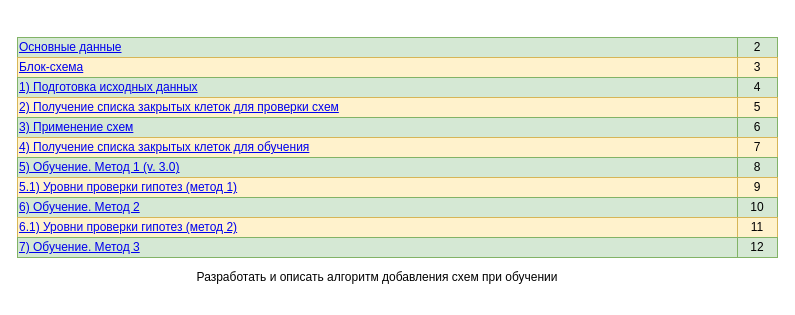
Earlier version of the draw.io diagram page "Оглавление" (1 of 13) of docs/Сапёр. Описание работы.drawio (xex238/Diploma_2022). Source tidied: cells renumbered, new cells numbered last; positions are measured from the earlier drawing's top-left corner, leaving out a move shared by most shapes. Both pictures are drawn from the tidied source at 100%, with x=0, y=0 at pixel (17, 37).
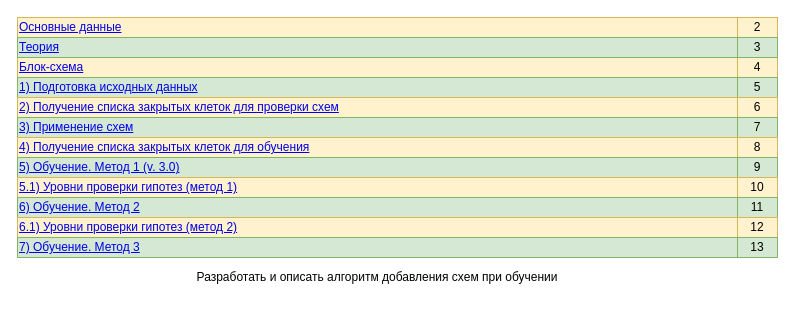
After the change.

Change to the diagram source:
```diff
@@
-    <mxCell id="2" value="&lt;a href=&quot;data:page/id,gWnk2op9RKkyJsoFyHYH&quot;&gt;Основные данные&lt;/a&gt;" style="text;html=1;strokeColor=#82b366;fillColor=#d5e8d4;align=left;verticalAlign=middle;whiteSpace=wrap;rounded=0;" parent="1" vertex="1">
-      <mxGeometry width="720" height="20" as="geometry" />
+    <mxCell id="2" value="&lt;a href=&quot;data:page/id,gWnk2op9RKkyJsoFyHYH&quot;&gt;Основные данные&lt;/a&gt;" style="text;html=1;strokeColor=#d6b656;fillColor=#fff2cc;align=left;verticalAlign=middle;whiteSpace=wrap;rounded=0;" parent="1" vertex="1">
+      <mxGeometry y="-20" width="720" height="20" as="geometry" />
     </mxCell>
-    <mxCell id="3" value="2" style="text;html=1;strokeColor=#82b366;fillColor=#d5e8d4;align=center;verticalAlign=middle;whiteSpace=wrap;rounded=0;" parent="1" vertex="1">
-      <mxGeometry x="720" width="40" height="20" as="geometry" />
+    <mxCell id="3" value="2" style="text;html=1;strokeColor=#d6b656;fillColor=#fff2cc;align=center;verticalAlign=middle;whiteSpace=wrap;rounded=0;" parent="1" vertex="1">
+      <mxGeometry x="720" y="-20" width="40" height="20" as="geometry" />
     </mxCell>
@@
-    <mxCell id="5" value="3" style="text;html=1;strokeColor=#d6b656;fillColor=#fff2cc;align=center;verticalAlign=middle;whiteSpace=wrap;rounded=0;" parent="1" vertex="1">
+    <mxCell id="5" value="4" style="text;html=1;strokeColor=#d6b656;fillColor=#fff2cc;align=center;verticalAlign=middle;whiteSpace=wrap;rounded=0;" parent="1" vertex="1">
       <mxGeometry x="720" y="20" width="40" height="20" as="geometry" />
     </mxCell>
@@
-    <mxCell id="7" value="4" style="text;html=1;strokeColor=#82b366;fillColor=#d5e8d4;align=center;verticalAlign=middle;whiteSpace=wrap;rounded=0;" parent="1" vertex="1">
+    <mxCell id="7" value="5" style="text;html=1;strokeColor=#82b366;fillColor=#d5e8d4;align=center;verticalAlign=middle;whiteSpace=wrap;rounded=0;" parent="1" vertex="1">
       <mxGeometry x="720" y="40" width="40" height="20" as="geometry" />
     </mxCell>
@@
-    <mxCell id="9" value="5" style="text;html=1;strokeColor=#d6b656;fillColor=#fff2cc;align=center;verticalAlign=middle;whiteSpace=wrap;rounded=0;" parent="1" vertex="1">
+    <mxCell id="9" value="6" style="text;html=1;strokeColor=#d6b656;fillColor=#fff2cc;align=center;verticalAlign=middle;whiteSpace=wrap;rounded=0;" parent="1" vertex="1">
       <mxGeometry x="720" y="60" width="40" height="20" as="geometry" />
     </mxCell>
@@
-    <mxCell id="11" value="6" style="text;html=1;strokeColor=#82b366;fillColor=#d5e8d4;align=center;verticalAlign=middle;whiteSpace=wrap;rounded=0;" parent="1" vertex="1">
+    <mxCell id="11" value="7" style="text;html=1;strokeColor=#82b366;fillColor=#d5e8d4;align=center;verticalAlign=middle;whiteSpace=wrap;rounded=0;" parent="1" vertex="1">
       <mxGeometry x="720" y="80" width="40" height="20" as="geometry" />
     </mxCell>
@@
-    <mxCell id="13" value="7" style="text;html=1;strokeColor=#d6b656;fillColor=#fff2cc;align=center;verticalAlign=middle;whiteSpace=wrap;rounded=0;" parent="1" vertex="1">
+    <mxCell id="13" value="8" style="text;html=1;strokeColor=#d6b656;fillColor=#fff2cc;align=center;verticalAlign=middle;whiteSpace=wrap;rounded=0;" parent="1" vertex="1">
       <mxGeometry x="720" y="100" width="40" height="20" as="geometry" />
     </mxCell>
@@
-    <mxCell id="15" value="8" style="text;html=1;strokeColor=#82b366;fillColor=#d5e8d4;align=center;verticalAlign=middle;whiteSpace=wrap;rounded=0;" parent="1" vertex="1">
+    <mxCell id="15" value="9" style="text;html=1;strokeColor=#82b366;fillColor=#d5e8d4;align=center;verticalAlign=middle;whiteSpace=wrap;rounded=0;" parent="1" vertex="1">
       <mxGeometry x="720" y="120" width="40" height="20" as="geometry" />
     </mxCell>
@@
-    <mxCell id="17" value="9" style="text;html=1;strokeColor=#d6b656;fillColor=#fff2cc;align=center;verticalAlign=middle;whiteSpace=wrap;rounded=0;" parent="1" vertex="1">
+    <mxCell id="17" value="10" style="text;html=1;strokeColor=#d6b656;fillColor=#fff2cc;align=center;verticalAlign=middle;whiteSpace=wrap;rounded=0;" parent="1" vertex="1">
       <mxGeometry x="720" y="140" width="40" height="20" as="geometry" />
     </mxCell>
@@
-    <mxCell id="19" value="10" style="text;html=1;strokeColor=#82b366;fillColor=#d5e8d4;align=center;verticalAlign=middle;whiteSpace=wrap;rounded=0;" parent="1" vertex="1">
+    <mxCell id="19" value="11" style="text;html=1;strokeColor=#82b366;fillColor=#d5e8d4;align=center;verticalAlign=middle;whiteSpace=wrap;rounded=0;" parent="1" vertex="1">
       <mxGeometry x="720" y="160" width="40" height="20" as="geometry" />
     </mxCell>
@@
-    <mxCell id="21" value="11" style="text;html=1;strokeColor=#d6b656;fillColor=#fff2cc;align=center;verticalAlign=middle;whiteSpace=wrap;rounded=0;" parent="1" vertex="1">
+    <mxCell id="21" value="12" style="text;html=1;strokeColor=#d6b656;fillColor=#fff2cc;align=center;verticalAlign=middle;whiteSpace=wrap;rounded=0;" parent="1" vertex="1">
       <mxGeometry x="720" y="180" width="40" height="20" as="geometry" />
     </mxCell>
@@
-    <mxCell id="24" value="12" style="text;html=1;strokeColor=#82b366;fillColor=#d5e8d4;align=center;verticalAlign=middle;whiteSpace=wrap;rounded=0;" parent="1" vertex="1">
+    <mxCell id="24" value="13" style="text;html=1;strokeColor=#82b366;fillColor=#d5e8d4;align=center;verticalAlign=middle;whiteSpace=wrap;rounded=0;" parent="1" vertex="1">
       <mxGeometry x="720" y="200" width="40" height="20" as="geometry" />
     </mxCell>
+    <mxCell id="25" value="&lt;a href=&quot;data:page/id,LrUsyC47WsZ2qKhKzM2L&quot;&gt;Теория&lt;/a&gt;" style="text;html=1;strokeColor=#82b366;fillColor=#d5e8d4;align=left;verticalAlign=middle;whiteSpace=wrap;rounded=0;" parent="1" vertex="1">
+      <mxGeometry width="720" height="20" as="geometry" />
+    </mxCell>
+    <mxCell id="26" value="3" style="text;html=1;strokeColor=#82b366;fillColor=#d5e8d4;align=center;verticalAlign=middle;whiteSpace=wrap;rounded=0;" parent="1" vertex="1">
+      <mxGeometry x="720" width="40" height="20" as="geometry" />
+    </mxCell>
```
